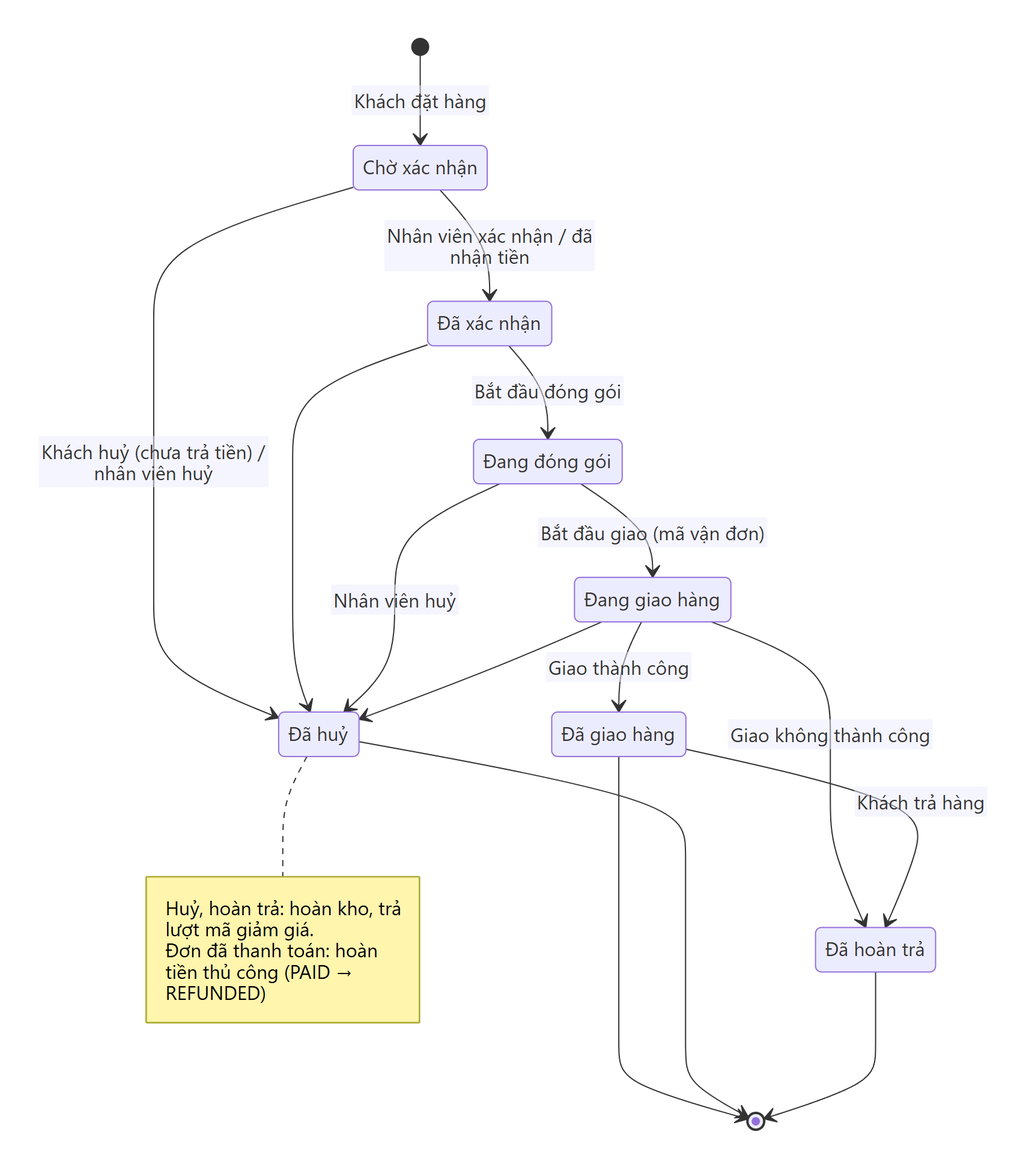
The Mermaid diagram docs/bao-ve/so-do/trang-thai-don.png in khanhdat1/Do_An, before a commit. Its source is kept beside it as docs/bao-ve/so-do/trang-thai-don.mmd.
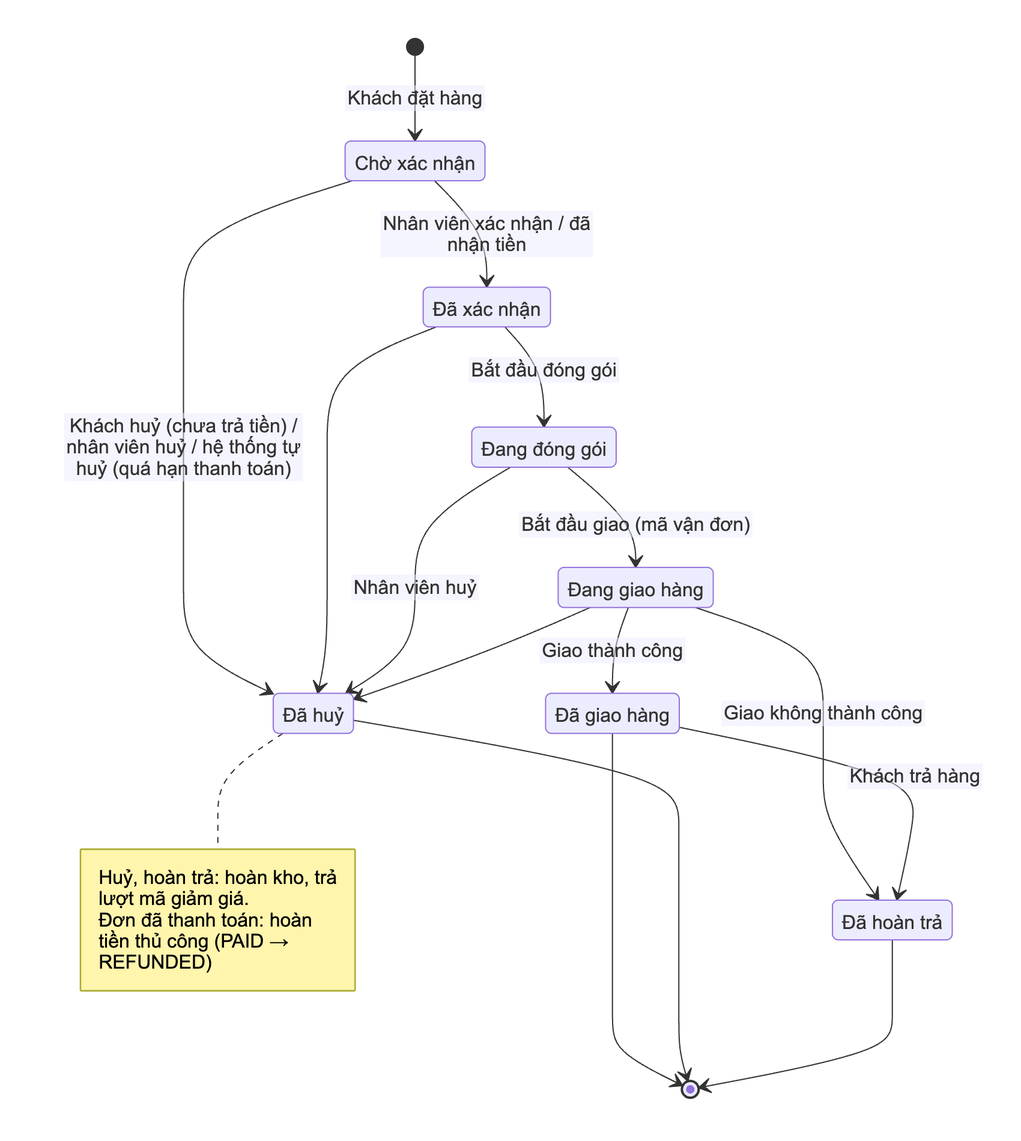
After the change.

What changed in the source:
```diff
@@ -12,7 +12,7 @@
   CONFIRMED --> PACKING: Bắt đầu đóng gói
   PACKING --> SHIPPING: Bắt đầu giao (mã vận đơn)
   SHIPPING --> DELIVERED: Giao thành công
-  PENDING --> CANCELLED: Khách huỷ (chưa trả tiền) / nhân viên huỷ
+  PENDING --> CANCELLED: Khách huỷ (chưa trả tiền) / nhân viên huỷ / hệ thống tự huỷ (quá hạn thanh toán)
   CONFIRMED --> CANCELLED
   PACKING --> CANCELLED: Nhân viên huỷ
   SHIPPING --> CANCELLED
```
